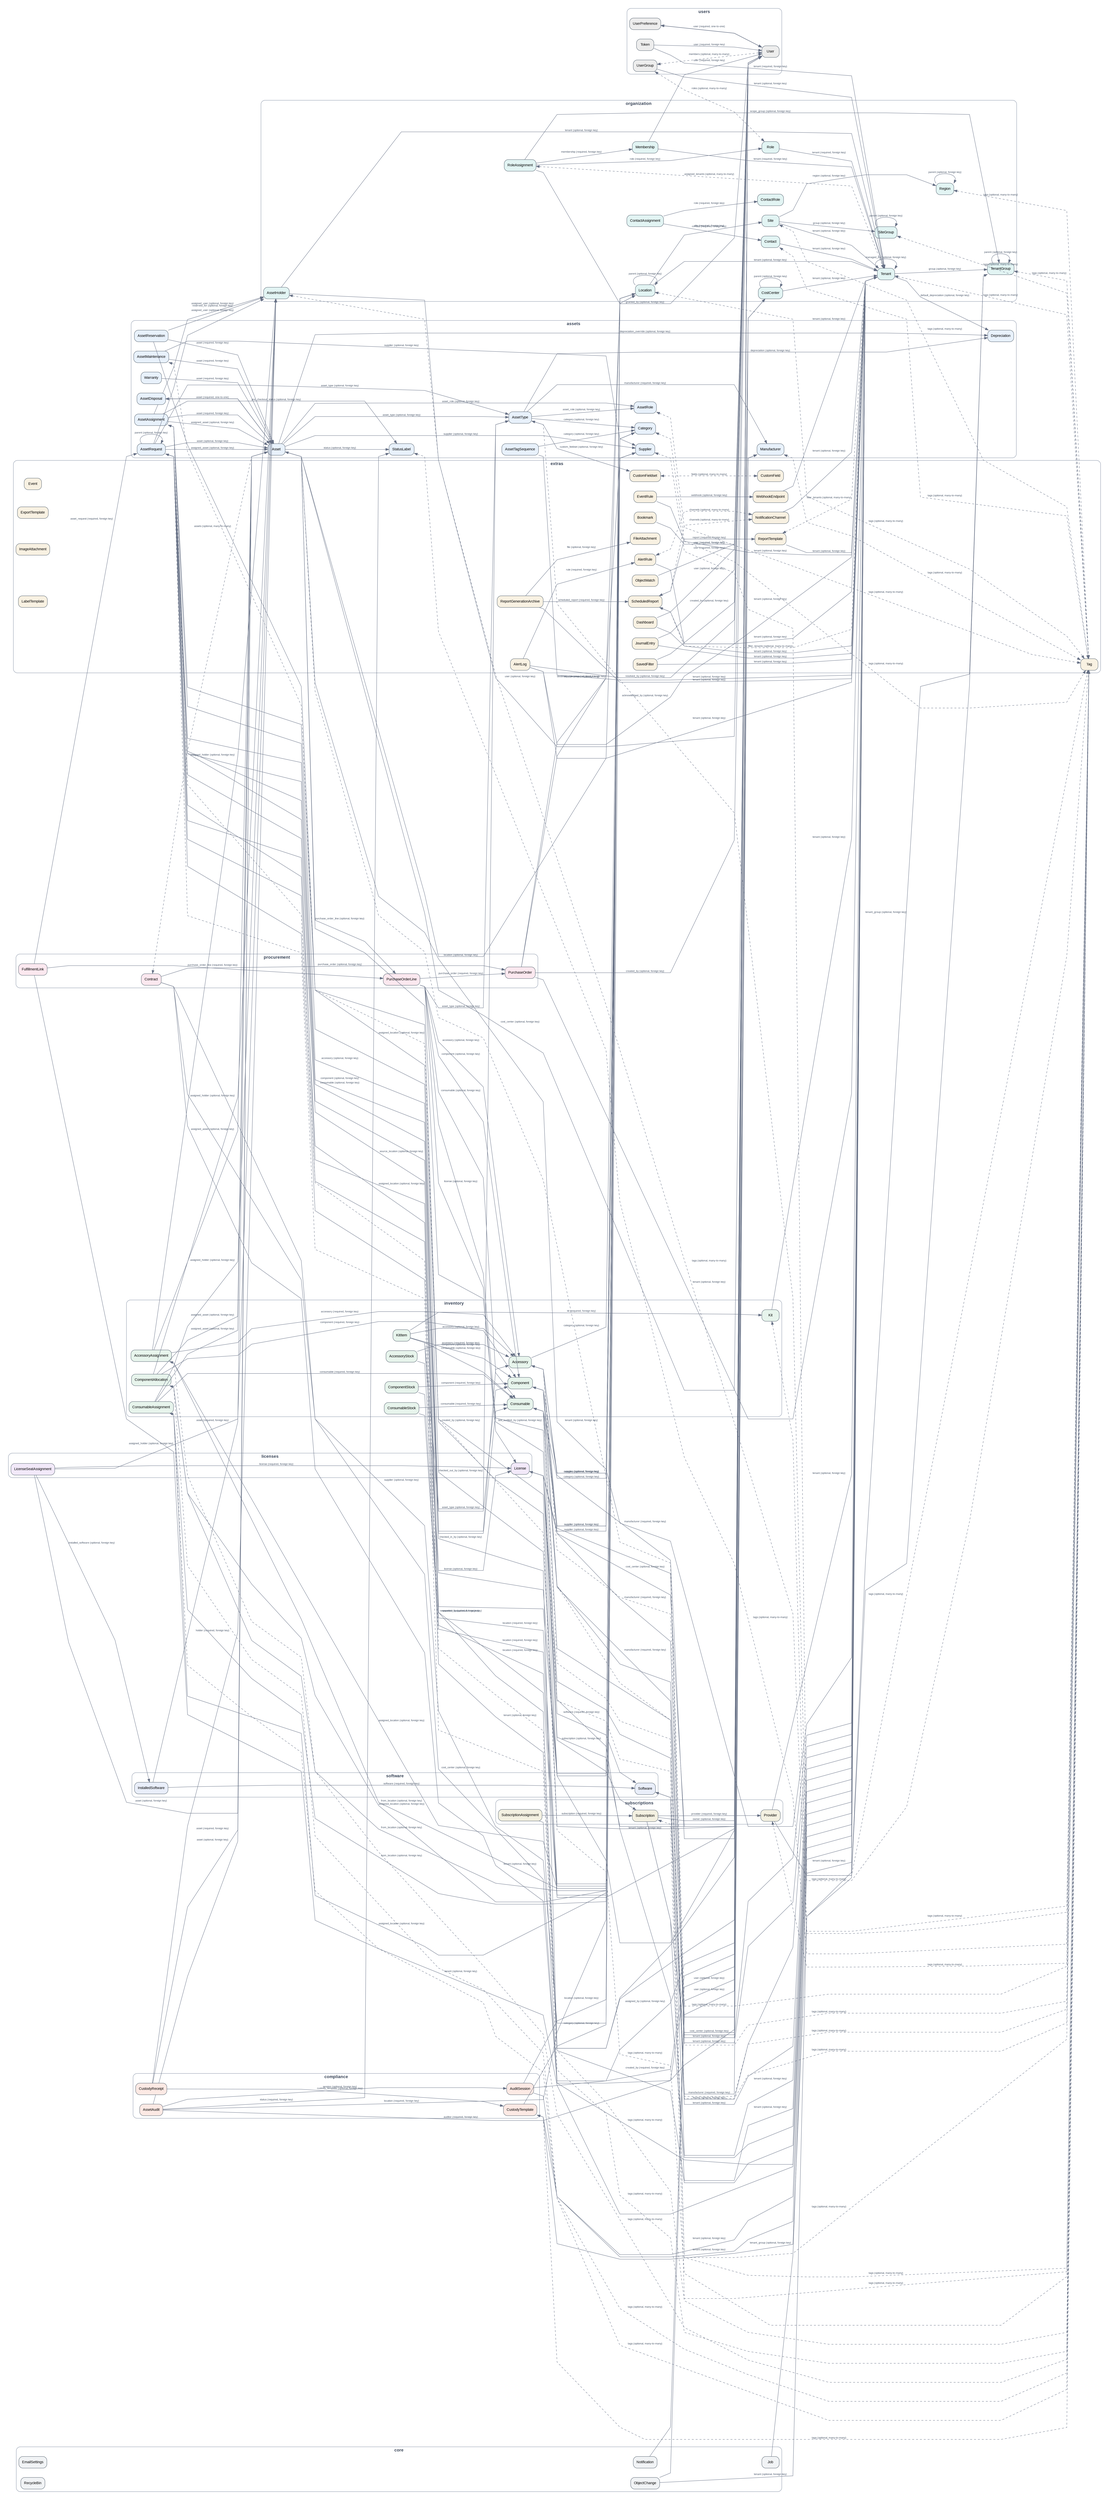
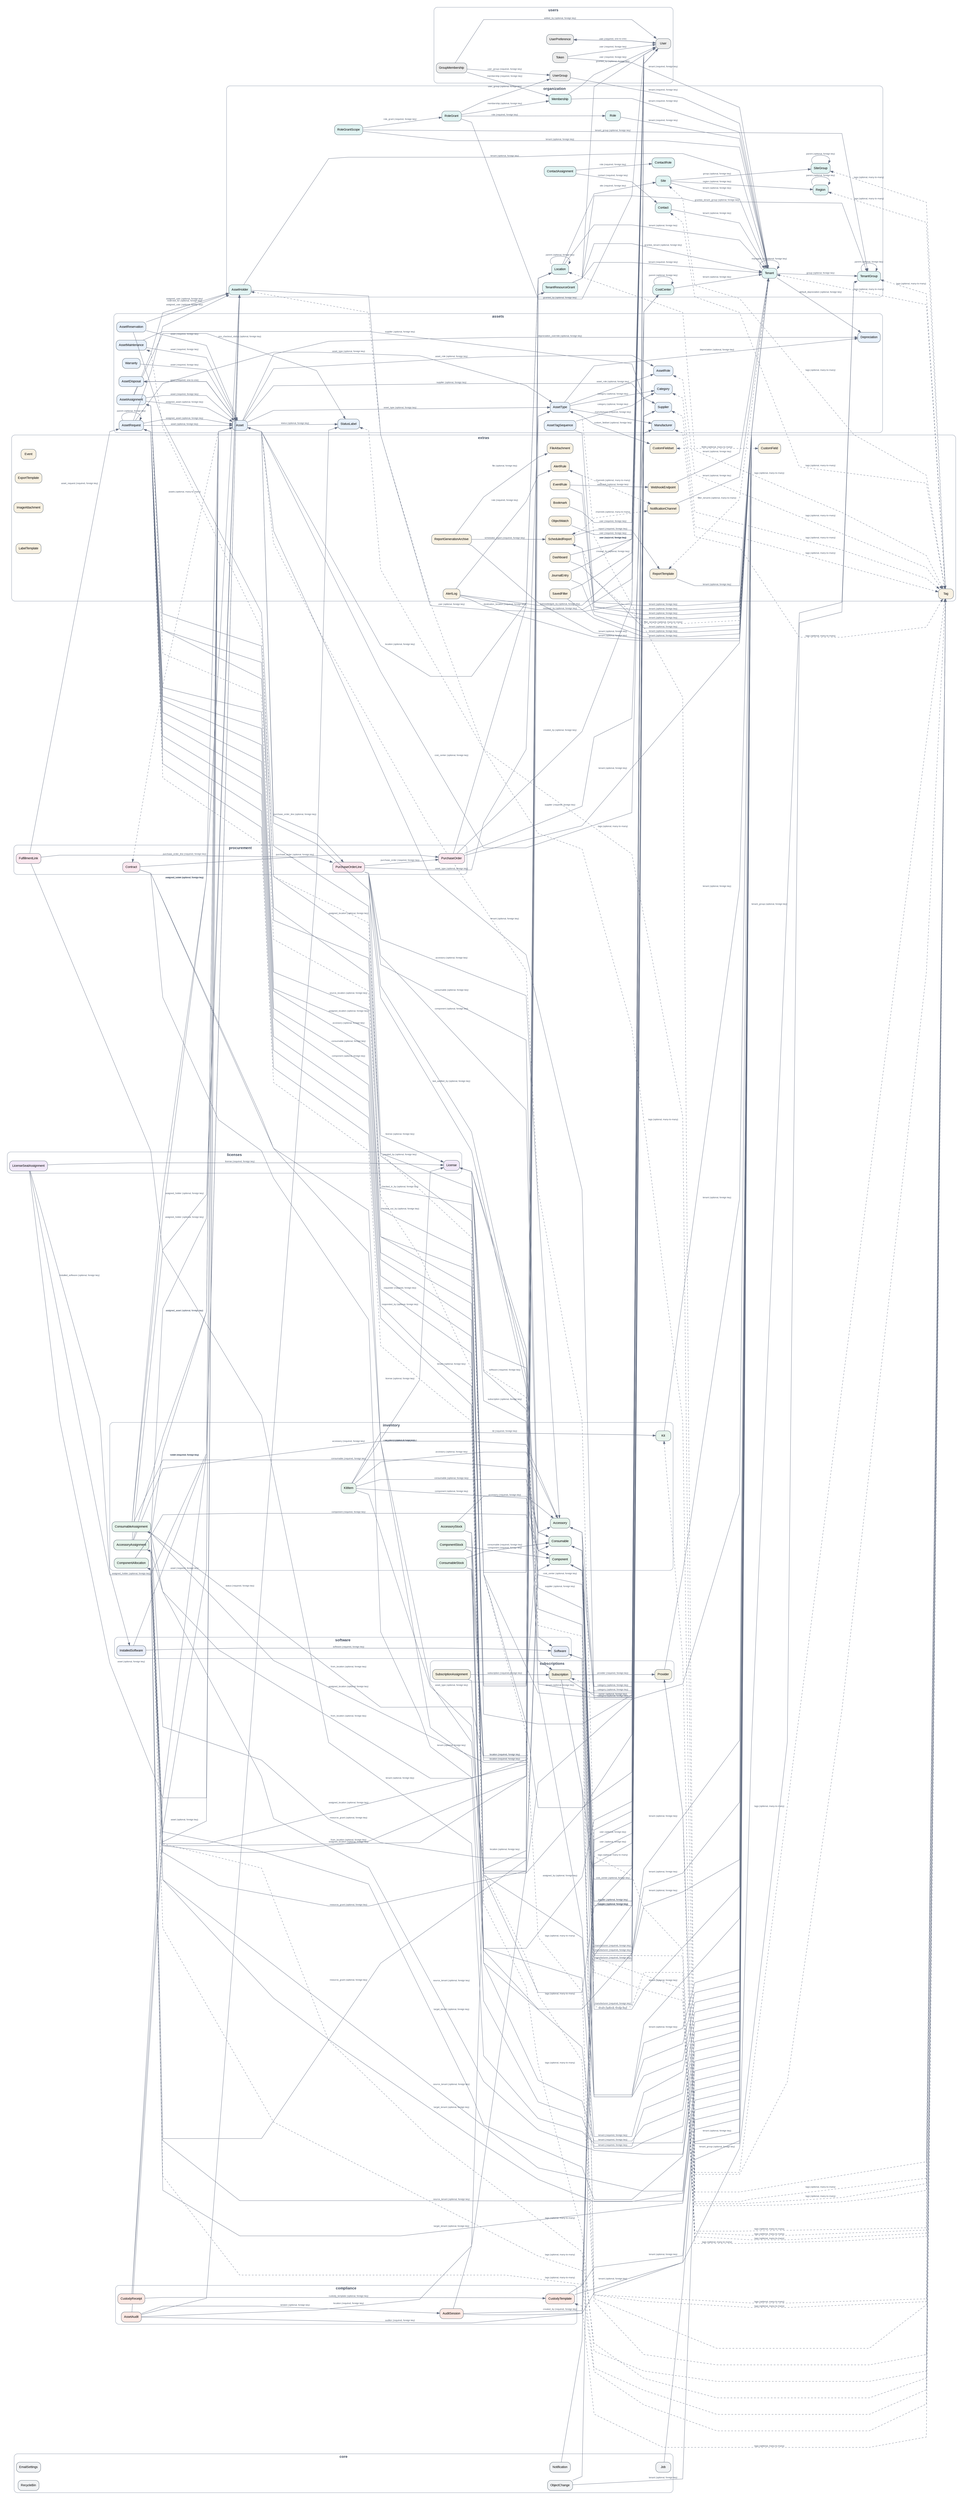
digraph itambox_data_model {
  graph [bgcolor="#FFFFFF", compound=true, fontname="Arial", newrank=true, nodesep=0.4, pad=0.25, rankdir=LR, ranksep=1.2, splines=polyline];
  node [color="#52606D", fontname="Arial", fontsize=11, margin="0.14,0.08", shape=box, style="rounded,filled"];
  edge [color="#667085", fontcolor="#475467", fontname="Arial", fontsize=8, penwidth=1.0];

  subgraph cluster_assets {
    label="assets";
    color="#98A2B3";
    fontcolor="#344054";
    fontname="Arial Bold";
    fontsize=13;
    penwidth=1.2;
    style="rounded";
    "assets.Asset" [fillcolor="#E8F1FB", label="Asset"];
    "assets.AssetAssignment" [fillcolor="#E8F1FB", label="AssetAssignment"];
    "assets.AssetDisposal" [fillcolor="#E8F1FB", label="AssetDisposal"];
    "assets.AssetMaintenance" [fillcolor="#E8F1FB", label="AssetMaintenance"];
    "assets.AssetRequest" [fillcolor="#E8F1FB", label="AssetRequest"];
    "assets.AssetReservation" [fillcolor="#E8F1FB", label="AssetReservation"];
    "assets.AssetRole" [fillcolor="#E8F1FB", label="AssetRole"];
    "assets.AssetTagSequence" [fillcolor="#E8F1FB", label="AssetTagSequence"];
    "assets.AssetType" [fillcolor="#E8F1FB", label="AssetType"];
    "assets.Category" [fillcolor="#E8F1FB", label="Category"];
    "assets.Depreciation" [fillcolor="#E8F1FB", label="Depreciation"];
    "assets.Manufacturer" [fillcolor="#E8F1FB", label="Manufacturer"];
    "assets.StatusLabel" [fillcolor="#E8F1FB", label="StatusLabel"];
    "assets.Supplier" [fillcolor="#E8F1FB", label="Supplier"];
    "assets.Warranty" [fillcolor="#E8F1FB", label="Warranty"];
  }

  subgraph cluster_compliance {
    label="compliance";
    color="#98A2B3";
    fontcolor="#344054";
    fontname="Arial Bold";
    fontsize=13;
    penwidth=1.2;
    style="rounded";
    "compliance.AssetAudit" [fillcolor="#FCE9E4", label="AssetAudit"];
    "compliance.AuditSession" [fillcolor="#FCE9E4", label="AuditSession"];
    "compliance.CustodyReceipt" [fillcolor="#FCE9E4", label="CustodyReceipt"];
    "compliance.CustodyTemplate" [fillcolor="#FCE9E4", label="CustodyTemplate"];
  }

  subgraph cluster_core {
    label="core";
    color="#98A2B3";
    fontcolor="#344054";
    fontname="Arial Bold";
    fontsize=13;
    penwidth=1.2;
    style="rounded";
    "core.EmailSettings" [fillcolor="#F1F3F5", label="EmailSettings"];
    "core.Job" [fillcolor="#F1F3F5", label="Job"];
    "core.Notification" [fillcolor="#F1F3F5", label="Notification"];
    "core.ObjectChange" [fillcolor="#F1F3F5", label="ObjectChange"];
    "core.RecycleBin" [fillcolor="#F1F3F5", label="RecycleBin"];
  }

  subgraph cluster_extras {
    label="extras";
    color="#98A2B3";
    fontcolor="#344054";
    fontname="Arial Bold";
    fontsize=13;
    penwidth=1.2;
    style="rounded";
    "extras.AlertLog" [fillcolor="#F8F1E2", label="AlertLog"];
    "extras.AlertRule" [fillcolor="#F8F1E2", label="AlertRule"];
    "extras.Bookmark" [fillcolor="#F8F1E2", label="Bookmark"];
    "extras.CustomField" [fillcolor="#F8F1E2", label="CustomField"];
    "extras.CustomFieldset" [fillcolor="#F8F1E2", label="CustomFieldset"];
    "extras.Dashboard" [fillcolor="#F8F1E2", label="Dashboard"];
    "extras.Event" [fillcolor="#F8F1E2", label="Event"];
    "extras.EventRule" [fillcolor="#F8F1E2", label="EventRule"];
    "extras.ExportTemplate" [fillcolor="#F8F1E2", label="ExportTemplate"];
    "extras.FileAttachment" [fillcolor="#F8F1E2", label="FileAttachment"];
    "extras.ImageAttachment" [fillcolor="#F8F1E2", label="ImageAttachment"];
    "extras.JournalEntry" [fillcolor="#F8F1E2", label="JournalEntry"];
    "extras.LabelTemplate" [fillcolor="#F8F1E2", label="LabelTemplate"];
    "extras.NotificationChannel" [fillcolor="#F8F1E2", label="NotificationChannel"];
    "extras.ObjectWatch" [fillcolor="#F8F1E2", label="ObjectWatch"];
    "extras.ReportGenerationArchive" [fillcolor="#F8F1E2", label="ReportGenerationArchive"];
    "extras.ReportTemplate" [fillcolor="#F8F1E2", label="ReportTemplate"];
    "extras.SavedFilter" [fillcolor="#F8F1E2", label="SavedFilter"];
    "extras.ScheduledReport" [fillcolor="#F8F1E2", label="ScheduledReport"];
    "extras.Tag" [fillcolor="#F8F1E2", label="Tag"];
    "extras.WebhookEndpoint" [fillcolor="#F8F1E2", label="WebhookEndpoint"];
  }

  subgraph cluster_inventory {
    label="inventory";
    color="#98A2B3";
    fontcolor="#344054";
    fontname="Arial Bold";
    fontsize=13;
    penwidth=1.2;
    style="rounded";
    "inventory.Accessory" [fillcolor="#E7F4EC", label="Accessory"];
    "inventory.AccessoryAssignment" [fillcolor="#E7F4EC", label="AccessoryAssignment"];
    "inventory.AccessoryStock" [fillcolor="#E7F4EC", label="AccessoryStock"];
    "inventory.Component" [fillcolor="#E7F4EC", label="Component"];
    "inventory.ComponentAllocation" [fillcolor="#E7F4EC", label="ComponentAllocation"];
    "inventory.ComponentStock" [fillcolor="#E7F4EC", label="ComponentStock"];
    "inventory.Consumable" [fillcolor="#E7F4EC", label="Consumable"];
    "inventory.ConsumableAssignment" [fillcolor="#E7F4EC", label="ConsumableAssignment"];
    "inventory.ConsumableStock" [fillcolor="#E7F4EC", label="ConsumableStock"];
    "inventory.Kit" [fillcolor="#E7F4EC", label="Kit"];
    "inventory.KitItem" [fillcolor="#E7F4EC", label="KitItem"];
  }

  subgraph cluster_licenses {
    label="licenses";
    color="#98A2B3";
    fontcolor="#344054";
    fontname="Arial Bold";
    fontsize=13;
    penwidth=1.2;
    style="rounded";
    "licenses.License" [fillcolor="#F2E9F9", label="License"];
    "licenses.LicenseSeatAssignment" [fillcolor="#F2E9F9", label="LicenseSeatAssignment"];
  }

  subgraph cluster_organization {
    label="organization";
    color="#98A2B3";
    fontcolor="#344054";
    fontname="Arial Bold";
    fontsize=13;
    penwidth=1.2;
    style="rounded";
    "organization.AssetHolder" [fillcolor="#E2F4F3", label="AssetHolder"];
    "organization.Contact" [fillcolor="#E2F4F3", label="Contact"];
    "organization.ContactAssignment" [fillcolor="#E2F4F3", label="ContactAssignment"];
    "organization.ContactRole" [fillcolor="#E2F4F3", label="ContactRole"];
    "organization.CostCenter" [fillcolor="#E2F4F3", label="CostCenter"];
    "organization.Location" [fillcolor="#E2F4F3", label="Location"];
    "organization.Membership" [fillcolor="#E2F4F3", label="Membership"];
    "organization.Region" [fillcolor="#E2F4F3", label="Region"];
    "organization.Role" [fillcolor="#E2F4F3", label="Role"];
-     "organization.RoleAssignment" [fillcolor="#E2F4F3", label="RoleAssignment"];
+     "organization.RoleGrant" [fillcolor="#E2F4F3", label="RoleGrant"];
+     "organization.RoleGrantScope" [fillcolor="#E2F4F3", label="RoleGrantScope"];
    "organization.Site" [fillcolor="#E2F4F3", label="Site"];
    "organization.SiteGroup" [fillcolor="#E2F4F3", label="SiteGroup"];
    "organization.Tenant" [fillcolor="#E2F4F3", label="Tenant"];
    "organization.TenantGroup" [fillcolor="#E2F4F3", label="TenantGroup"];
+     "organization.TenantResourceGrant" [fillcolor="#E2F4F3", label="TenantResourceGrant"];
  }

  subgraph cluster_procurement {
    label="procurement";
    color="#98A2B3";
    fontcolor="#344054";
    fontname="Arial Bold";
    fontsize=13;
    penwidth=1.2;
    style="rounded";
    "procurement.Contract" [fillcolor="#FBE8EF", label="Contract"];
    "procurement.FulfillmentLink" [fillcolor="#FBE8EF", label="FulfillmentLink"];
    "procurement.PurchaseOrder" [fillcolor="#FBE8EF", label="PurchaseOrder"];
    "procurement.PurchaseOrderLine" [fillcolor="#FBE8EF", label="PurchaseOrderLine"];
  }

  subgraph cluster_software {
    label="software";
    color="#98A2B3";
    fontcolor="#344054";
    fontname="Arial Bold";
    fontsize=13;
    penwidth=1.2;
    style="rounded";
    "software.InstalledSoftware" [fillcolor="#E9EEF9", label="InstalledSoftware"];
    "software.Software" [fillcolor="#E9EEF9", label="Software"];
  }

  subgraph cluster_subscriptions {
    label="subscriptions";
    color="#98A2B3";
    fontcolor="#344054";
    fontname="Arial Bold";
    fontsize=13;
    penwidth=1.2;
    style="rounded";
    "subscriptions.Provider" [fillcolor="#F3F0E1", label="Provider"];
    "subscriptions.Subscription" [fillcolor="#F3F0E1", label="Subscription"];
    "subscriptions.SubscriptionAssignment" [fillcolor="#F3F0E1", label="SubscriptionAssignment"];
  }

  subgraph cluster_users {
    label="users";
    color="#98A2B3";
    fontcolor="#344054";
    fontname="Arial Bold";
    fontsize=13;
    penwidth=1.2;
    style="rounded";
+     "users.GroupMembership" [fillcolor="#EDEDED", label="GroupMembership"];
    "users.Token" [fillcolor="#EDEDED", label="Token"];
    "users.User" [fillcolor="#EDEDED", label="User"];
    "users.UserGroup" [fillcolor="#EDEDED", label="UserGroup"];
    "users.UserPreference" [fillcolor="#EDEDED", label="UserPreference"];
  }

  "assets.Asset" -> "assets.AssetType" [label="asset_type (optional, foreign key)", tooltip="asset_type (optional, foreign key)", arrowhead="normal"];
  "assets.Asset" -> "assets.AssetRole" [label="asset_role (optional, foreign key)", tooltip="asset_role (optional, foreign key)", arrowhead="normal"];
  "assets.Asset" -> "assets.Supplier" [label="supplier (optional, foreign key)", tooltip="supplier (optional, foreign key)", arrowhead="normal"];
  "assets.Asset" -> "assets.StatusLabel" [label="status (optional, foreign key)", tooltip="status (optional, foreign key)", arrowhead="normal"];
  "assets.Asset" -> "organization.Location" [label="location (optional, foreign key)", tooltip="location (optional, foreign key)", arrowhead="normal"];
  "assets.Asset" -> "organization.Tenant" [label="tenant (optional, foreign key)", tooltip="tenant (optional, foreign key)", arrowhead="normal"];
  "assets.Asset" -> "procurement.PurchaseOrderLine" [label="purchase_order_line (optional, foreign key)", tooltip="purchase_order_line (optional, foreign key)", arrowhead="normal"];
  "assets.Asset" -> "users.User" [label="last_audited_by (optional, foreign key)", tooltip="last_audited_by (optional, foreign key)", arrowhead="normal"];
  "assets.Asset" -> "assets.Depreciation" [label="depreciation_override (optional, foreign key)", tooltip="depreciation_override (optional, foreign key)", arrowhead="normal"];
  "assets.Asset" -> "organization.CostCenter" [label="cost_center (optional, foreign key)", tooltip="cost_center (optional, foreign key)", arrowhead="normal"];
  "assets.Asset" -> "extras.Tag" [label="tags (optional, many-to-many)", tooltip="tags (optional, many-to-many)", arrowhead="normal", arrowtail="normal", dir="both", style="dashed"];
  "assets.AssetAssignment" -> "assets.Asset" [label="asset (required, foreign key)", tooltip="asset (required, foreign key)", arrowhead="normal"];
  "assets.AssetAssignment" -> "organization.AssetHolder" [label="assigned_user (optional, foreign key)", tooltip="assigned_user (optional, foreign key)", arrowhead="normal"];
  "assets.AssetAssignment" -> "organization.Location" [label="assigned_location (optional, foreign key)", tooltip="assigned_location (optional, foreign key)", arrowhead="normal"];
  "assets.AssetAssignment" -> "assets.Asset" [label="assigned_asset (optional, foreign key)", tooltip="assigned_asset (optional, foreign key)", arrowhead="normal"];
  "assets.AssetAssignment" -> "assets.StatusLabel" [label="pre_checkout_status (optional, foreign key)", tooltip="pre_checkout_status (optional, foreign key)", arrowhead="normal"];
  "assets.AssetAssignment" -> "users.User" [label="checked_out_by (optional, foreign key)", tooltip="checked_out_by (optional, foreign key)", arrowhead="normal"];
  "assets.AssetAssignment" -> "users.User" [label="checked_in_by (optional, foreign key)", tooltip="checked_in_by (optional, foreign key)", arrowhead="normal"];
  "assets.AssetAssignment" -> "extras.Tag" [label="tags (optional, many-to-many)", tooltip="tags (optional, many-to-many)", arrowhead="normal", arrowtail="normal", dir="both", style="dashed"];
  "assets.AssetDisposal" -> "assets.Asset" [label="asset (required, one-to-one)", tooltip="asset (required, one-to-one)", arrowhead="normal", arrowtail="normal", dir="both", penwidth=1.4];
  "assets.AssetMaintenance" -> "assets.Asset" [label="asset (required, foreign key)", tooltip="asset (required, foreign key)", arrowhead="normal"];
  "assets.AssetMaintenance" -> "assets.Supplier" [label="supplier (optional, foreign key)", tooltip="supplier (optional, foreign key)", arrowhead="normal"];
  "assets.AssetMaintenance" -> "extras.Tag" [label="tags (optional, many-to-many)", tooltip="tags (optional, many-to-many)", arrowhead="normal", arrowtail="normal", dir="both", style="dashed"];
  "assets.AssetRequest" -> "organization.Tenant" [label="tenant (optional, foreign key)", tooltip="tenant (optional, foreign key)", arrowhead="normal"];
  "assets.AssetRequest" -> "users.User" [label="requester (required, foreign key)", tooltip="requester (required, foreign key)", arrowhead="normal"];
  "assets.AssetRequest" -> "assets.Asset" [label="asset (optional, foreign key)", tooltip="asset (optional, foreign key)", arrowhead="normal"];
  "assets.AssetRequest" -> "assets.AssetType" [label="asset_type (optional, foreign key)", tooltip="asset_type (optional, foreign key)", arrowhead="normal"];
  "assets.AssetRequest" -> "inventory.Component" [label="component (optional, foreign key)", tooltip="component (optional, foreign key)", arrowhead="normal"];
  "assets.AssetRequest" -> "inventory.Accessory" [label="accessory (optional, foreign key)", tooltip="accessory (optional, foreign key)", arrowhead="normal"];
  "assets.AssetRequest" -> "inventory.Consumable" [label="consumable (optional, foreign key)", tooltip="consumable (optional, foreign key)", arrowhead="normal"];
  "assets.AssetRequest" -> "organization.Location" [label="source_location (optional, foreign key)", tooltip="source_location (optional, foreign key)", arrowhead="normal"];
  "assets.AssetRequest" -> "users.User" [label="responded_by (optional, foreign key)", tooltip="responded_by (optional, foreign key)", arrowhead="normal"];
  "assets.AssetRequest" -> "organization.AssetHolder" [label="assigned_user (optional, foreign key)", tooltip="assigned_user (optional, foreign key)", arrowhead="normal"];
  "assets.AssetRequest" -> "organization.Location" [label="assigned_location (optional, foreign key)", tooltip="assigned_location (optional, foreign key)", arrowhead="normal"];
  "assets.AssetRequest" -> "assets.Asset" [label="assigned_asset (optional, foreign key)", tooltip="assigned_asset (optional, foreign key)", arrowhead="normal"];
  "assets.AssetRequest" -> "assets.AssetRequest" [label="parent (optional, foreign key)", tooltip="parent (optional, foreign key)", arrowhead="normal"];
  "assets.AssetRequest" -> "extras.Tag" [label="tags (optional, many-to-many)", tooltip="tags (optional, many-to-many)", arrowhead="normal", arrowtail="normal", dir="both", style="dashed"];
  "assets.AssetReservation" -> "assets.Asset" [label="asset (required, foreign key)", tooltip="asset (required, foreign key)", arrowhead="normal"];
  "assets.AssetReservation" -> "organization.AssetHolder" [label="reserved_for (optional, foreign key)", tooltip="reserved_for (optional, foreign key)", arrowhead="normal"];
  "assets.AssetReservation" -> "users.User" [label="created_by (optional, foreign key)", tooltip="created_by (optional, foreign key)", arrowhead="normal"];
  "assets.AssetRole" -> "extras.Tag" [label="tags (optional, many-to-many)", tooltip="tags (optional, many-to-many)", arrowhead="normal", arrowtail="normal", dir="both", style="dashed"];
  "assets.AssetTagSequence" -> "organization.Tenant" [label="tenant (optional, foreign key)", tooltip="tenant (optional, foreign key)", arrowhead="normal"];
  "assets.AssetTagSequence" -> "assets.Category" [label="category (optional, foreign key)", tooltip="category (optional, foreign key)", arrowhead="normal"];
  "assets.AssetType" -> "assets.Manufacturer" [label="manufacturer (required, foreign key)", tooltip="manufacturer (required, foreign key)", arrowhead="normal"];
  "assets.AssetType" -> "extras.CustomFieldset" [label="custom_fieldset (optional, foreign key)", tooltip="custom_fieldset (optional, foreign key)", arrowhead="normal"];
  "assets.AssetType" -> "assets.Depreciation" [label="depreciation (optional, foreign key)", tooltip="depreciation (optional, foreign key)", arrowhead="normal"];
  "assets.AssetType" -> "assets.Category" [label="category (optional, foreign key)", tooltip="category (optional, foreign key)", arrowhead="normal"];
  "assets.AssetType" -> "assets.AssetRole" [label="asset_role (optional, foreign key)", tooltip="asset_role (optional, foreign key)", arrowhead="normal"];
  "assets.AssetType" -> "extras.Tag" [label="tags (optional, many-to-many)", tooltip="tags (optional, many-to-many)", arrowhead="normal", arrowtail="normal", dir="both", style="dashed"];
  "assets.Category" -> "extras.Tag" [label="tags (optional, many-to-many)", tooltip="tags (optional, many-to-many)", arrowhead="normal", arrowtail="normal", dir="both", style="dashed"];
  "assets.Manufacturer" -> "extras.Tag" [label="tags (optional, many-to-many)", tooltip="tags (optional, many-to-many)", arrowhead="normal", arrowtail="normal", dir="both", style="dashed"];
  "assets.StatusLabel" -> "extras.Tag" [label="tags (optional, many-to-many)", tooltip="tags (optional, many-to-many)", arrowhead="normal", arrowtail="normal", dir="both", style="dashed"];
  "assets.Supplier" -> "extras.Tag" [label="tags (optional, many-to-many)", tooltip="tags (optional, many-to-many)", arrowhead="normal", arrowtail="normal", dir="both", style="dashed"];
  "assets.Warranty" -> "assets.Asset" [label="asset (required, foreign key)", tooltip="asset (required, foreign key)", arrowhead="normal"];
  "compliance.AssetAudit" -> "compliance.AuditSession" [label="session (optional, foreign key)", tooltip="session (optional, foreign key)", arrowhead="normal"];
  "compliance.AssetAudit" -> "assets.Asset" [label="asset (optional, foreign key)", tooltip="asset (optional, foreign key)", arrowhead="normal"];
  "compliance.AssetAudit" -> "users.User" [label="auditor (required, foreign key)", tooltip="auditor (required, foreign key)", arrowhead="normal"];
  "compliance.AssetAudit" -> "organization.Location" [label="location (required, foreign key)", tooltip="location (required, foreign key)", arrowhead="normal"];
  "compliance.AssetAudit" -> "assets.StatusLabel" [label="status (required, foreign key)", tooltip="status (required, foreign key)", arrowhead="normal"];
  "compliance.AuditSession" -> "organization.Tenant" [label="tenant (optional, foreign key)", tooltip="tenant (optional, foreign key)", arrowhead="normal"];
  "compliance.AuditSession" -> "organization.Location" [label="location (optional, foreign key)", tooltip="location (optional, foreign key)", arrowhead="normal"];
  "compliance.AuditSession" -> "users.User" [label="created_by (required, foreign key)", tooltip="created_by (required, foreign key)", arrowhead="normal"];
  "compliance.CustodyReceipt" -> "assets.Asset" [label="asset (required, foreign key)", tooltip="asset (required, foreign key)", arrowhead="normal"];
  "compliance.CustodyReceipt" -> "organization.AssetHolder" [label="holder (required, foreign key)", tooltip="holder (required, foreign key)", arrowhead="normal"];
  "compliance.CustodyReceipt" -> "compliance.CustodyTemplate" [label="custody_template (optional, foreign key)", tooltip="custody_template (optional, foreign key)", arrowhead="normal"];
  "compliance.CustodyTemplate" -> "organization.Tenant" [label="tenant (optional, foreign key)", tooltip="tenant (optional, foreign key)", arrowhead="normal"];
  "compliance.CustodyTemplate" -> "organization.TenantGroup" [label="tenant_group (optional, foreign key)", tooltip="tenant_group (optional, foreign key)", arrowhead="normal"];
  "compliance.CustodyTemplate" -> "assets.Category" [label="category (optional, foreign key)", tooltip="category (optional, foreign key)", arrowhead="normal"];
  "compliance.CustodyTemplate" -> "extras.Tag" [label="tags (optional, many-to-many)", tooltip="tags (optional, many-to-many)", arrowhead="normal", arrowtail="normal", dir="both", style="dashed"];
  "core.Job" -> "organization.Tenant" [label="tenant (optional, foreign key)", tooltip="tenant (optional, foreign key)", arrowhead="normal"];
  "core.Notification" -> "users.User" [label="user (optional, foreign key)", tooltip="user (optional, foreign key)", arrowhead="normal"];
  "core.ObjectChange" -> "organization.Tenant" [label="tenant (optional, foreign key)", tooltip="tenant (optional, foreign key)", arrowhead="normal"];
  "core.ObjectChange" -> "users.User" [label="user (optional, foreign key)", tooltip="user (optional, foreign key)", arrowhead="normal"];
  "extras.AlertLog" -> "extras.AlertRule" [label="rule (required, foreign key)", tooltip="rule (required, foreign key)", arrowhead="normal"];
  "extras.AlertLog" -> "users.User" [label="acknowledged_by (optional, foreign key)", tooltip="acknowledged_by (optional, foreign key)", arrowhead="normal"];
  "extras.AlertLog" -> "users.User" [label="resolved_by (optional, foreign key)", tooltip="resolved_by (optional, foreign key)", arrowhead="normal"];
  "extras.AlertLog" -> "organization.Tenant" [label="tenant (optional, foreign key)", tooltip="tenant (optional, foreign key)", arrowhead="normal"];
  "extras.AlertRule" -> "organization.Tenant" [label="tenant (optional, foreign key)", tooltip="tenant (optional, foreign key)", arrowhead="normal"];
  "extras.AlertRule" -> "extras.NotificationChannel" [label="channels (optional, many-to-many)", tooltip="channels (optional, many-to-many)", arrowhead="normal", arrowtail="normal", dir="both", style="dashed"];
  "extras.Bookmark" -> "users.User" [label="user (required, foreign key)", tooltip="user (required, foreign key)", arrowhead="normal"];
  "extras.CustomFieldset" -> "extras.CustomField" [label="fields (optional, many-to-many)", tooltip="fields (optional, many-to-many)", arrowhead="normal", arrowtail="normal", dir="both", style="dashed"];
  "extras.Dashboard" -> "users.User" [label="user (required, foreign key)", tooltip="user (required, foreign key)", arrowhead="normal"];
  "extras.Dashboard" -> "organization.Tenant" [label="tenant (optional, foreign key)", tooltip="tenant (optional, foreign key)", arrowhead="normal"];
  "extras.EventRule" -> "extras.WebhookEndpoint" [label="webhook (optional, foreign key)", tooltip="webhook (optional, foreign key)", arrowhead="normal"];
  "extras.EventRule" -> "organization.Tenant" [label="tenant (optional, foreign key)", tooltip="tenant (optional, foreign key)", arrowhead="normal"];
  "extras.JournalEntry" -> "users.User" [label="user (optional, foreign key)", tooltip="user (optional, foreign key)", arrowhead="normal"];
  "extras.JournalEntry" -> "organization.Tenant" [label="tenant (optional, foreign key)", tooltip="tenant (optional, foreign key)", arrowhead="normal"];
  "extras.NotificationChannel" -> "organization.Tenant" [label="tenant (optional, foreign key)", tooltip="tenant (optional, foreign key)", arrowhead="normal"];
  "extras.ObjectWatch" -> "users.User" [label="user (required, foreign key)", tooltip="user (required, foreign key)", arrowhead="normal"];
  "extras.ReportGenerationArchive" -> "extras.ScheduledReport" [label="scheduled_report (required, foreign key)", tooltip="scheduled_report (required, foreign key)", arrowhead="normal"];
  "extras.ReportGenerationArchive" -> "extras.FileAttachment" [label="file (optional, foreign key)", tooltip="file (optional, foreign key)", arrowhead="normal"];
  "extras.ReportGenerationArchive" -> "organization.Tenant" [label="tenant (optional, foreign key)", tooltip="tenant (optional, foreign key)", arrowhead="normal"];
  "extras.ReportTemplate" -> "organization.Tenant" [label="tenant (optional, foreign key)", tooltip="tenant (optional, foreign key)", arrowhead="normal"];
  "extras.ReportTemplate" -> "organization.Tenant" [label="filter_tenants (optional, many-to-many)", tooltip="filter_tenants (optional, many-to-many)", arrowhead="normal", arrowtail="normal", dir="both", style="dashed"];
  "extras.SavedFilter" -> "users.User" [label="created_by (optional, foreign key)", tooltip="created_by (optional, foreign key)", arrowhead="normal"];
  "extras.SavedFilter" -> "organization.Tenant" [label="tenant (optional, foreign key)", tooltip="tenant (optional, foreign key)", arrowhead="normal"];
  "extras.ScheduledReport" -> "organization.Tenant" [label="tenant (optional, foreign key)", tooltip="tenant (optional, foreign key)", arrowhead="normal"];
  "extras.ScheduledReport" -> "extras.ReportTemplate" [label="report (required, foreign key)", tooltip="report (required, foreign key)", arrowhead="normal"];
  "extras.ScheduledReport" -> "organization.Tenant" [label="filter_tenants (optional, many-to-many)", tooltip="filter_tenants (optional, many-to-many)", arrowhead="normal", arrowtail="normal", dir="both", style="dashed"];
  "extras.ScheduledReport" -> "extras.NotificationChannel" [label="channels (optional, many-to-many)", tooltip="channels (optional, many-to-many)", arrowhead="normal", arrowtail="normal", dir="both", style="dashed"];
  "extras.WebhookEndpoint" -> "organization.Tenant" [label="tenant (optional, foreign key)", tooltip="tenant (optional, foreign key)", arrowhead="normal"];
  "inventory.Accessory" -> "assets.Manufacturer" [label="manufacturer (required, foreign key)", tooltip="manufacturer (required, foreign key)", arrowhead="normal"];
  "inventory.Accessory" -> "assets.Category" [label="category (optional, foreign key)", tooltip="category (optional, foreign key)", arrowhead="normal"];
  "inventory.Accessory" -> "assets.Supplier" [label="supplier (optional, foreign key)", tooltip="supplier (optional, foreign key)", arrowhead="normal"];
  "inventory.Accessory" -> "organization.Tenant" [label="tenant (optional, foreign key)", tooltip="tenant (optional, foreign key)", arrowhead="normal"];
  "inventory.Accessory" -> "extras.Tag" [label="tags (optional, many-to-many)", tooltip="tags (optional, many-to-many)", arrowhead="normal", arrowtail="normal", dir="both", style="dashed"];
  "inventory.AccessoryAssignment" -> "organization.AssetHolder" [label="assigned_holder (optional, foreign key)", tooltip="assigned_holder (optional, foreign key)", arrowhead="normal"];
  "inventory.AccessoryAssignment" -> "organization.Location" [label="assigned_location (optional, foreign key)", tooltip="assigned_location (optional, foreign key)", arrowhead="normal"];
  "inventory.AccessoryAssignment" -> "assets.Asset" [label="assigned_asset (optional, foreign key)", tooltip="assigned_asset (optional, foreign key)", arrowhead="normal"];
  "inventory.AccessoryAssignment" -> "organization.Location" [label="from_location (optional, foreign key)", tooltip="from_location (optional, foreign key)", arrowhead="normal"];
+   "inventory.AccessoryAssignment" -> "organization.Tenant" [label="source_tenant (optional, foreign key)", tooltip="source_tenant (optional, foreign key)", arrowhead="normal"];
+   "inventory.AccessoryAssignment" -> "organization.Tenant" [label="target_tenant (optional, foreign key)", tooltip="target_tenant (optional, foreign key)", arrowhead="normal"];
+   "inventory.AccessoryAssignment" -> "organization.TenantResourceGrant" [label="resource_grant (optional, foreign key)", tooltip="resource_grant (optional, foreign key)", arrowhead="normal"];
  "inventory.AccessoryAssignment" -> "inventory.Accessory" [label="accessory (required, foreign key)", tooltip="accessory (required, foreign key)", arrowhead="normal"];
  "inventory.AccessoryAssignment" -> "extras.Tag" [label="tags (optional, many-to-many)", tooltip="tags (optional, many-to-many)", arrowhead="normal", arrowtail="normal", dir="both", style="dashed"];
  "inventory.AccessoryStock" -> "organization.Location" [label="location (required, foreign key)", tooltip="location (required, foreign key)", arrowhead="normal"];
+   "inventory.AccessoryStock" -> "organization.Tenant" [label="tenant (required, foreign key)", tooltip="tenant (required, foreign key)", arrowhead="normal"];
  "inventory.AccessoryStock" -> "inventory.Accessory" [label="accessory (required, foreign key)", tooltip="accessory (required, foreign key)", arrowhead="normal"];
  "inventory.Component" -> "assets.Manufacturer" [label="manufacturer (required, foreign key)", tooltip="manufacturer (required, foreign key)", arrowhead="normal"];
  "inventory.Component" -> "assets.Category" [label="category (optional, foreign key)", tooltip="category (optional, foreign key)", arrowhead="normal"];
  "inventory.Component" -> "assets.Supplier" [label="supplier (optional, foreign key)", tooltip="supplier (optional, foreign key)", arrowhead="normal"];
  "inventory.Component" -> "organization.Tenant" [label="tenant (optional, foreign key)", tooltip="tenant (optional, foreign key)", arrowhead="normal"];
  "inventory.Component" -> "extras.Tag" [label="tags (optional, many-to-many)", tooltip="tags (optional, many-to-many)", arrowhead="normal", arrowtail="normal", dir="both", style="dashed"];
  "inventory.ComponentAllocation" -> "organization.AssetHolder" [label="assigned_holder (optional, foreign key)", tooltip="assigned_holder (optional, foreign key)", arrowhead="normal"];
  "inventory.ComponentAllocation" -> "organization.Location" [label="assigned_location (optional, foreign key)", tooltip="assigned_location (optional, foreign key)", arrowhead="normal"];
+   "inventory.ComponentAllocation" -> "organization.Tenant" [label="source_tenant (optional, foreign key)", tooltip="source_tenant (optional, foreign key)", arrowhead="normal"];
+   "inventory.ComponentAllocation" -> "organization.Tenant" [label="target_tenant (optional, foreign key)", tooltip="target_tenant (optional, foreign key)", arrowhead="normal"];
+   "inventory.ComponentAllocation" -> "organization.TenantResourceGrant" [label="resource_grant (optional, foreign key)", tooltip="resource_grant (optional, foreign key)", arrowhead="normal"];
  "inventory.ComponentAllocation" -> "inventory.Component" [label="component (required, foreign key)", tooltip="component (required, foreign key)", arrowhead="normal"];
  "inventory.ComponentAllocation" -> "assets.Asset" [label="assigned_asset (optional, foreign key)", tooltip="assigned_asset (optional, foreign key)", arrowhead="normal"];
  "inventory.ComponentAllocation" -> "organization.Location" [label="from_location (optional, foreign key)", tooltip="from_location (optional, foreign key)", arrowhead="normal"];
  "inventory.ComponentAllocation" -> "extras.Tag" [label="tags (optional, many-to-many)", tooltip="tags (optional, many-to-many)", arrowhead="normal", arrowtail="normal", dir="both", style="dashed"];
+   "inventory.ComponentStock" -> "organization.Tenant" [label="tenant (required, foreign key)", tooltip="tenant (required, foreign key)", arrowhead="normal"];
  "inventory.ComponentStock" -> "inventory.Component" [label="component (required, foreign key)", tooltip="component (required, foreign key)", arrowhead="normal"];
  "inventory.ComponentStock" -> "organization.Location" [label="location (required, foreign key)", tooltip="location (required, foreign key)", arrowhead="normal"];
  "inventory.Consumable" -> "assets.Manufacturer" [label="manufacturer (required, foreign key)", tooltip="manufacturer (required, foreign key)", arrowhead="normal"];
  "inventory.Consumable" -> "assets.Category" [label="category (optional, foreign key)", tooltip="category (optional, foreign key)", arrowhead="normal"];
  "inventory.Consumable" -> "assets.Supplier" [label="supplier (optional, foreign key)", tooltip="supplier (optional, foreign key)", arrowhead="normal"];
  "inventory.Consumable" -> "organization.Tenant" [label="tenant (optional, foreign key)", tooltip="tenant (optional, foreign key)", arrowhead="normal"];
  "inventory.Consumable" -> "extras.Tag" [label="tags (optional, many-to-many)", tooltip="tags (optional, many-to-many)", arrowhead="normal", arrowtail="normal", dir="both", style="dashed"];
  "inventory.ConsumableAssignment" -> "organization.AssetHolder" [label="assigned_holder (optional, foreign key)", tooltip="assigned_holder (optional, foreign key)", arrowhead="normal"];
  "inventory.ConsumableAssignment" -> "organization.Location" [label="assigned_location (optional, foreign key)", tooltip="assigned_location (optional, foreign key)", arrowhead="normal"];
  "inventory.ConsumableAssignment" -> "assets.Asset" [label="assigned_asset (optional, foreign key)", tooltip="assigned_asset (optional, foreign key)", arrowhead="normal"];
  "inventory.ConsumableAssignment" -> "organization.Location" [label="from_location (optional, foreign key)", tooltip="from_location (optional, foreign key)", arrowhead="normal"];
+   "inventory.ConsumableAssignment" -> "organization.Tenant" [label="source_tenant (optional, foreign key)", tooltip="source_tenant (optional, foreign key)", arrowhead="normal"];
+   "inventory.ConsumableAssignment" -> "organization.Tenant" [label="target_tenant (optional, foreign key)", tooltip="target_tenant (optional, foreign key)", arrowhead="normal"];
+   "inventory.ConsumableAssignment" -> "organization.TenantResourceGrant" [label="resource_grant (optional, foreign key)", tooltip="resource_grant (optional, foreign key)", arrowhead="normal"];
  "inventory.ConsumableAssignment" -> "inventory.Consumable" [label="consumable (required, foreign key)", tooltip="consumable (required, foreign key)", arrowhead="normal"];
  "inventory.ConsumableAssignment" -> "extras.Tag" [label="tags (optional, many-to-many)", tooltip="tags (optional, many-to-many)", arrowhead="normal", arrowtail="normal", dir="both", style="dashed"];
  "inventory.ConsumableStock" -> "organization.Location" [label="location (required, foreign key)", tooltip="location (required, foreign key)", arrowhead="normal"];
+   "inventory.ConsumableStock" -> "organization.Tenant" [label="tenant (required, foreign key)", tooltip="tenant (required, foreign key)", arrowhead="normal"];
  "inventory.ConsumableStock" -> "inventory.Consumable" [label="consumable (required, foreign key)", tooltip="consumable (required, foreign key)", arrowhead="normal"];
  "inventory.Kit" -> "organization.Tenant" [label="tenant (optional, foreign key)", tooltip="tenant (optional, foreign key)", arrowhead="normal"];
  "inventory.Kit" -> "extras.Tag" [label="tags (optional, many-to-many)", tooltip="tags (optional, many-to-many)", arrowhead="normal", arrowtail="normal", dir="both", style="dashed"];
  "inventory.KitItem" -> "inventory.Kit" [label="kit (required, foreign key)", tooltip="kit (required, foreign key)", arrowhead="normal"];
  "inventory.KitItem" -> "assets.AssetType" [label="asset_type (optional, foreign key)", tooltip="asset_type (optional, foreign key)", arrowhead="normal"];
  "inventory.KitItem" -> "inventory.Accessory" [label="accessory (optional, foreign key)", tooltip="accessory (optional, foreign key)", arrowhead="normal"];
  "inventory.KitItem" -> "licenses.License" [label="license (optional, foreign key)", tooltip="license (optional, foreign key)", arrowhead="normal"];
  "inventory.KitItem" -> "inventory.Consumable" [label="consumable (optional, foreign key)", tooltip="consumable (optional, foreign key)", arrowhead="normal"];
  "inventory.KitItem" -> "inventory.Component" [label="component (optional, foreign key)", tooltip="component (optional, foreign key)", arrowhead="normal"];
  "licenses.License" -> "software.Software" [label="software (required, foreign key)", tooltip="software (required, foreign key)", arrowhead="normal"];
  "licenses.License" -> "assets.Supplier" [label="supplier (optional, foreign key)", tooltip="supplier (optional, foreign key)", arrowhead="normal"];
  "licenses.License" -> "organization.CostCenter" [label="cost_center (optional, foreign key)", tooltip="cost_center (optional, foreign key)", arrowhead="normal"];
  "licenses.License" -> "subscriptions.Subscription" [label="subscription (optional, foreign key)", tooltip="subscription (optional, foreign key)", arrowhead="normal"];
  "licenses.License" -> "organization.Tenant" [label="tenant (optional, foreign key)", tooltip="tenant (optional, foreign key)", arrowhead="normal"];
  "licenses.License" -> "extras.Tag" [label="tags (optional, many-to-many)", tooltip="tags (optional, many-to-many)", arrowhead="normal", arrowtail="normal", dir="both", style="dashed"];
  "licenses.LicenseSeatAssignment" -> "licenses.License" [label="license (required, foreign key)", tooltip="license (required, foreign key)", arrowhead="normal"];
  "licenses.LicenseSeatAssignment" -> "assets.Asset" [label="asset (optional, foreign key)", tooltip="asset (optional, foreign key)", arrowhead="normal"];
  "licenses.LicenseSeatAssignment" -> "organization.AssetHolder" [label="assigned_holder (optional, foreign key)", tooltip="assigned_holder (optional, foreign key)", arrowhead="normal"];
  "licenses.LicenseSeatAssignment" -> "software.InstalledSoftware" [label="installed_software (optional, foreign key)", tooltip="installed_software (optional, foreign key)", arrowhead="normal"];
  "organization.AssetHolder" -> "users.User" [label="user (optional, foreign key)", tooltip="user (optional, foreign key)", arrowhead="normal"];
  "organization.AssetHolder" -> "organization.Tenant" [label="tenant (optional, foreign key)", tooltip="tenant (optional, foreign key)", arrowhead="normal"];
  "organization.AssetHolder" -> "extras.Tag" [label="tags (optional, many-to-many)", tooltip="tags (optional, many-to-many)", arrowhead="normal", arrowtail="normal", dir="both", style="dashed"];
  "organization.Contact" -> "organization.Tenant" [label="tenant (optional, foreign key)", tooltip="tenant (optional, foreign key)", arrowhead="normal"];
  "organization.Contact" -> "extras.Tag" [label="tags (optional, many-to-many)", tooltip="tags (optional, many-to-many)", arrowhead="normal", arrowtail="normal", dir="both", style="dashed"];
  "organization.ContactAssignment" -> "organization.Contact" [label="contact (required, foreign key)", tooltip="contact (required, foreign key)", arrowhead="normal"];
  "organization.ContactAssignment" -> "organization.ContactRole" [label="role (required, foreign key)", tooltip="role (required, foreign key)", arrowhead="normal"];
  "organization.CostCenter" -> "organization.Tenant" [label="tenant (optional, foreign key)", tooltip="tenant (optional, foreign key)", arrowhead="normal"];
  "organization.CostCenter" -> "organization.CostCenter" [label="parent (optional, foreign key)", tooltip="parent (optional, foreign key)", arrowhead="normal"];
  "organization.Location" -> "organization.Site" [label="site (required, foreign key)", tooltip="site (required, foreign key)", arrowhead="normal"];
  "organization.Location" -> "organization.Location" [label="parent (optional, foreign key)", tooltip="parent (optional, foreign key)", arrowhead="normal"];
  "organization.Location" -> "organization.Tenant" [label="tenant (optional, foreign key)", tooltip="tenant (optional, foreign key)", arrowhead="normal"];
  "organization.Location" -> "extras.Tag" [label="tags (optional, many-to-many)", tooltip="tags (optional, many-to-many)", arrowhead="normal", arrowtail="normal", dir="both", style="dashed"];
  "organization.Membership" -> "users.User" [label="user (required, foreign key)", tooltip="user (required, foreign key)", arrowhead="normal"];
  "organization.Membership" -> "organization.Tenant" [label="tenant (required, foreign key)", tooltip="tenant (required, foreign key)", arrowhead="normal"];
  "organization.Region" -> "organization.Region" [label="parent (optional, foreign key)", tooltip="parent (optional, foreign key)", arrowhead="normal"];
  "organization.Region" -> "extras.Tag" [label="tags (optional, many-to-many)", tooltip="tags (optional, many-to-many)", arrowhead="normal", arrowtail="normal", dir="both", style="dashed"];
  "organization.Role" -> "organization.Tenant" [label="tenant (required, foreign key)", tooltip="tenant (required, foreign key)", arrowhead="normal"];
-   "organization.RoleAssignment" -> "organization.Membership" [label="membership (required, foreign key)", tooltip="membership (required, foreign key)", arrowhead="normal"];
-   "organization.RoleAssignment" -> "organization.Role" [label="role (required, foreign key)", tooltip="role (required, foreign key)", arrowhead="normal"];
-   "organization.RoleAssignment" -> "organization.TenantGroup" [label="scope_group (optional, foreign key)", tooltip="scope_group (optional, foreign key)", arrowhead="normal"];
-   "organization.RoleAssignment" -> "users.User" [label="granted_by (optional, foreign key)", tooltip="granted_by (optional, foreign key)", arrowhead="normal"];
-   "organization.RoleAssignment" -> "organization.Tenant" [label="assigned_tenants (optional, many-to-many)", tooltip="assigned_tenants (optional, many-to-many)", arrowhead="normal", arrowtail="normal", dir="both", style="dashed"];
+   "organization.RoleGrant" -> "organization.Membership" [label="membership (optional, foreign key)", tooltip="membership (optional, foreign key)", arrowhead="normal"];
+   "organization.RoleGrant" -> "users.UserGroup" [label="user_group (optional, foreign key)", tooltip="user_group (optional, foreign key)", arrowhead="normal"];
+   "organization.RoleGrant" -> "organization.Role" [label="role (required, foreign key)", tooltip="role (required, foreign key)", arrowhead="normal"];
+   "organization.RoleGrant" -> "users.User" [label="granted_by (optional, foreign key)", tooltip="granted_by (optional, foreign key)", arrowhead="normal"];
+   "organization.RoleGrantScope" -> "organization.RoleGrant" [label="role_grant (required, foreign key)", tooltip="role_grant (required, foreign key)", arrowhead="normal"];
+   "organization.RoleGrantScope" -> "organization.Tenant" [label="tenant (optional, foreign key)", tooltip="tenant (optional, foreign key)", arrowhead="normal"];
+   "organization.RoleGrantScope" -> "organization.TenantGroup" [label="tenant_group (optional, foreign key)", tooltip="tenant_group (optional, foreign key)", arrowhead="normal"];
  "organization.Site" -> "organization.Region" [label="region (optional, foreign key)", tooltip="region (optional, foreign key)", arrowhead="normal"];
  "organization.Site" -> "organization.SiteGroup" [label="group (optional, foreign key)", tooltip="group (optional, foreign key)", arrowhead="normal"];
  "organization.Site" -> "organization.Tenant" [label="tenant (optional, foreign key)", tooltip="tenant (optional, foreign key)", arrowhead="normal"];
  "organization.Site" -> "extras.Tag" [label="tags (optional, many-to-many)", tooltip="tags (optional, many-to-many)", arrowhead="normal", arrowtail="normal", dir="both", style="dashed"];
  "organization.SiteGroup" -> "organization.SiteGroup" [label="parent (optional, foreign key)", tooltip="parent (optional, foreign key)", arrowhead="normal"];
  "organization.SiteGroup" -> "extras.Tag" [label="tags (optional, many-to-many)", tooltip="tags (optional, many-to-many)", arrowhead="normal", arrowtail="normal", dir="both", style="dashed"];
  "organization.Tenant" -> "organization.TenantGroup" [label="group (optional, foreign key)", tooltip="group (optional, foreign key)", arrowhead="normal"];
  "organization.Tenant" -> "organization.Tenant" [label="managed_by (optional, foreign key)", tooltip="managed_by (optional, foreign key)", arrowhead="normal"];
  "organization.Tenant" -> "assets.Depreciation" [label="default_depreciation (optional, foreign key)", tooltip="default_depreciation (optional, foreign key)", arrowhead="normal"];
  "organization.Tenant" -> "extras.Tag" [label="tags (optional, many-to-many)", tooltip="tags (optional, many-to-many)", arrowhead="normal", arrowtail="normal", dir="both", style="dashed"];
  "organization.TenantGroup" -> "organization.TenantGroup" [label="parent (optional, foreign key)", tooltip="parent (optional, foreign key)", arrowhead="normal"];
  "organization.TenantGroup" -> "extras.Tag" [label="tags (optional, many-to-many)", tooltip="tags (optional, many-to-many)", arrowhead="normal", arrowtail="normal", dir="both", style="dashed"];
+   "organization.TenantResourceGrant" -> "organization.Tenant" [label="tenant (required, foreign key)", tooltip="tenant (required, foreign key)", arrowhead="normal"];
+   "organization.TenantResourceGrant" -> "organization.Tenant" [label="grantee_tenant (optional, foreign key)", tooltip="grantee_tenant (optional, foreign key)", arrowhead="normal"];
+   "organization.TenantResourceGrant" -> "organization.TenantGroup" [label="grantee_tenant_group (optional, foreign key)", tooltip="grantee_tenant_group (optional, foreign key)", arrowhead="normal"];
+   "organization.TenantResourceGrant" -> "users.User" [label="granted_by (optional, foreign key)", tooltip="granted_by (optional, foreign key)", arrowhead="normal"];
  "procurement.Contract" -> "organization.Tenant" [label="tenant (optional, foreign key)", tooltip="tenant (optional, foreign key)", arrowhead="normal"];
  "procurement.Contract" -> "assets.Supplier" [label="supplier (optional, foreign key)", tooltip="supplier (optional, foreign key)", arrowhead="normal"];
  "procurement.Contract" -> "procurement.PurchaseOrder" [label="purchase_order (optional, foreign key)", tooltip="purchase_order (optional, foreign key)", arrowhead="normal"];
  "procurement.Contract" -> "organization.CostCenter" [label="cost_center (optional, foreign key)", tooltip="cost_center (optional, foreign key)", arrowhead="normal"];
  "procurement.Contract" -> "assets.Asset" [label="assets (optional, many-to-many)", tooltip="assets (optional, many-to-many)", arrowhead="normal", arrowtail="normal", dir="both", style="dashed"];
  "procurement.FulfillmentLink" -> "organization.Tenant" [label="tenant (optional, foreign key)", tooltip="tenant (optional, foreign key)", arrowhead="normal"];
  "procurement.FulfillmentLink" -> "assets.AssetRequest" [label="asset_request (required, foreign key)", tooltip="asset_request (required, foreign key)", arrowhead="normal"];
  "procurement.FulfillmentLink" -> "procurement.PurchaseOrderLine" [label="purchase_order_line (required, foreign key)", tooltip="purchase_order_line (required, foreign key)", arrowhead="normal"];
  "procurement.PurchaseOrder" -> "organization.Tenant" [label="tenant (optional, foreign key)", tooltip="tenant (optional, foreign key)", arrowhead="normal"];
  "procurement.PurchaseOrder" -> "assets.Supplier" [label="supplier (required, foreign key)", tooltip="supplier (required, foreign key)", arrowhead="normal"];
  "procurement.PurchaseOrder" -> "organization.Location" [label="destination_location (required, foreign key)", tooltip="destination_location (required, foreign key)", arrowhead="normal"];
  "procurement.PurchaseOrder" -> "users.User" [label="created_by (optional, foreign key)", tooltip="created_by (optional, foreign key)", arrowhead="normal"];
  "procurement.PurchaseOrderLine" -> "organization.Tenant" [label="tenant (optional, foreign key)", tooltip="tenant (optional, foreign key)", arrowhead="normal"];
  "procurement.PurchaseOrderLine" -> "procurement.PurchaseOrder" [label="purchase_order (required, foreign key)", tooltip="purchase_order (required, foreign key)", arrowhead="normal"];
  "procurement.PurchaseOrderLine" -> "assets.AssetType" [label="asset_type (optional, foreign key)", tooltip="asset_type (optional, foreign key)", arrowhead="normal"];
  "procurement.PurchaseOrderLine" -> "inventory.Component" [label="component (optional, foreign key)", tooltip="component (optional, foreign key)", arrowhead="normal"];
  "procurement.PurchaseOrderLine" -> "inventory.Accessory" [label="accessory (optional, foreign key)", tooltip="accessory (optional, foreign key)", arrowhead="normal"];
  "procurement.PurchaseOrderLine" -> "inventory.Consumable" [label="consumable (optional, foreign key)", tooltip="consumable (optional, foreign key)", arrowhead="normal"];
  "procurement.PurchaseOrderLine" -> "licenses.License" [label="license (optional, foreign key)", tooltip="license (optional, foreign key)", arrowhead="normal"];
  "software.InstalledSoftware" -> "assets.Asset" [label="asset (required, foreign key)", tooltip="asset (required, foreign key)", arrowhead="normal"];
  "software.InstalledSoftware" -> "software.Software" [label="software (required, foreign key)", tooltip="software (required, foreign key)", arrowhead="normal"];
  "software.Software" -> "organization.Tenant" [label="tenant (optional, foreign key)", tooltip="tenant (optional, foreign key)", arrowhead="normal"];
  "software.Software" -> "assets.Manufacturer" [label="manufacturer (required, foreign key)", tooltip="manufacturer (required, foreign key)", arrowhead="normal"];
  "software.Software" -> "extras.Tag" [label="tags (optional, many-to-many)", tooltip="tags (optional, many-to-many)", arrowhead="normal", arrowtail="normal", dir="both", style="dashed"];
  "subscriptions.Provider" -> "organization.Tenant" [label="tenant (optional, foreign key)", tooltip="tenant (optional, foreign key)", arrowhead="normal"];
  "subscriptions.Provider" -> "organization.TenantGroup" [label="tenant_group (optional, foreign key)", tooltip="tenant_group (optional, foreign key)", arrowhead="normal"];
  "subscriptions.Provider" -> "extras.Tag" [label="tags (optional, many-to-many)", tooltip="tags (optional, many-to-many)", arrowhead="normal", arrowtail="normal", dir="both", style="dashed"];
  "subscriptions.Subscription" -> "subscriptions.Provider" [label="provider (required, foreign key)", tooltip="provider (required, foreign key)", arrowhead="normal"];
  "subscriptions.Subscription" -> "organization.CostCenter" [label="cost_center (optional, foreign key)", tooltip="cost_center (optional, foreign key)", arrowhead="normal"];
  "subscriptions.Subscription" -> "users.User" [label="owner (optional, foreign key)", tooltip="owner (optional, foreign key)", arrowhead="normal"];
  "subscriptions.Subscription" -> "organization.Tenant" [label="tenant (optional, foreign key)", tooltip="tenant (optional, foreign key)", arrowhead="normal"];
  "subscriptions.Subscription" -> "extras.Tag" [label="tags (optional, many-to-many)", tooltip="tags (optional, many-to-many)", arrowhead="normal", arrowtail="normal", dir="both", style="dashed"];
  "subscriptions.SubscriptionAssignment" -> "subscriptions.Subscription" [label="subscription (required, foreign key)", tooltip="subscription (required, foreign key)", arrowhead="normal"];
  "subscriptions.SubscriptionAssignment" -> "users.User" [label="assigned_by (optional, foreign key)", tooltip="assigned_by (optional, foreign key)", arrowhead="normal"];
+   "users.GroupMembership" -> "users.UserGroup" [label="user_group (required, foreign key)", tooltip="user_group (required, foreign key)", arrowhead="normal"];
+   "users.GroupMembership" -> "organization.Membership" [label="membership (required, foreign key)", tooltip="membership (required, foreign key)", arrowhead="normal"];
+   "users.GroupMembership" -> "users.User" [label="added_by (optional, foreign key)", tooltip="added_by (optional, foreign key)", arrowhead="normal"];
  "users.Token" -> "users.User" [label="user (required, foreign key)", tooltip="user (required, foreign key)", arrowhead="normal"];
  "users.Token" -> "organization.Tenant" [label="tenant (required, foreign key)", tooltip="tenant (required, foreign key)", arrowhead="normal"];
-   "users.UserGroup" -> "organization.Tenant" [label="tenant (optional, foreign key)", tooltip="tenant (optional, foreign key)", arrowhead="normal"];
-   "users.UserGroup" -> "organization.Role" [label="roles (optional, many-to-many)", tooltip="roles (optional, many-to-many)", arrowhead="normal", arrowtail="normal", dir="both", style="dashed"];
-   "users.UserGroup" -> "users.User" [label="members (optional, many-to-many)", tooltip="members (optional, many-to-many)", arrowhead="normal", arrowtail="normal", dir="both", style="dashed"];
+   "users.UserGroup" -> "organization.Tenant" [label="tenant (required, foreign key)", tooltip="tenant (required, foreign key)", arrowhead="normal"];
  "users.UserPreference" -> "users.User" [label="user (required, one-to-one)", tooltip="user (required, one-to-one)", arrowhead="normal", arrowtail="normal", dir="both", penwidth=1.4];
}
